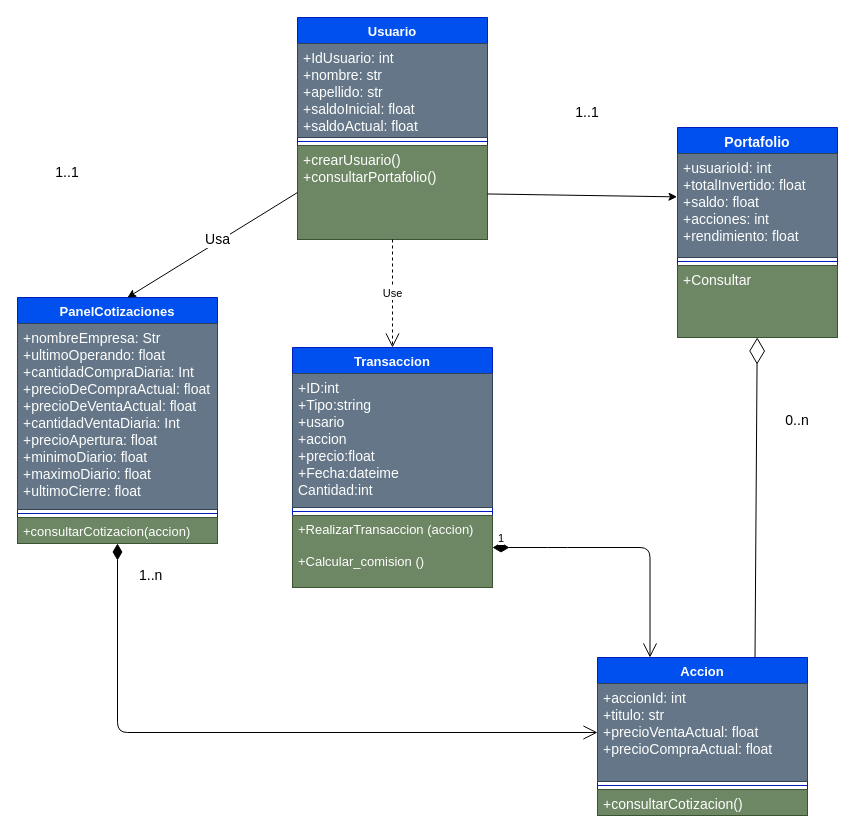
Earlier version of the draw.io diagram programacion/DiagramaDeClases.drawio (ispc-team-13/argBrokerDemo). Source tidied: cells renumbered, new cells numbered last; positions are measured from the earlier drawing's top-left corner, leaving out a move shared by most shapes. Both pictures are drawn from the tidied source at 100%, with x=0, y=0 at pixel (17, 17).
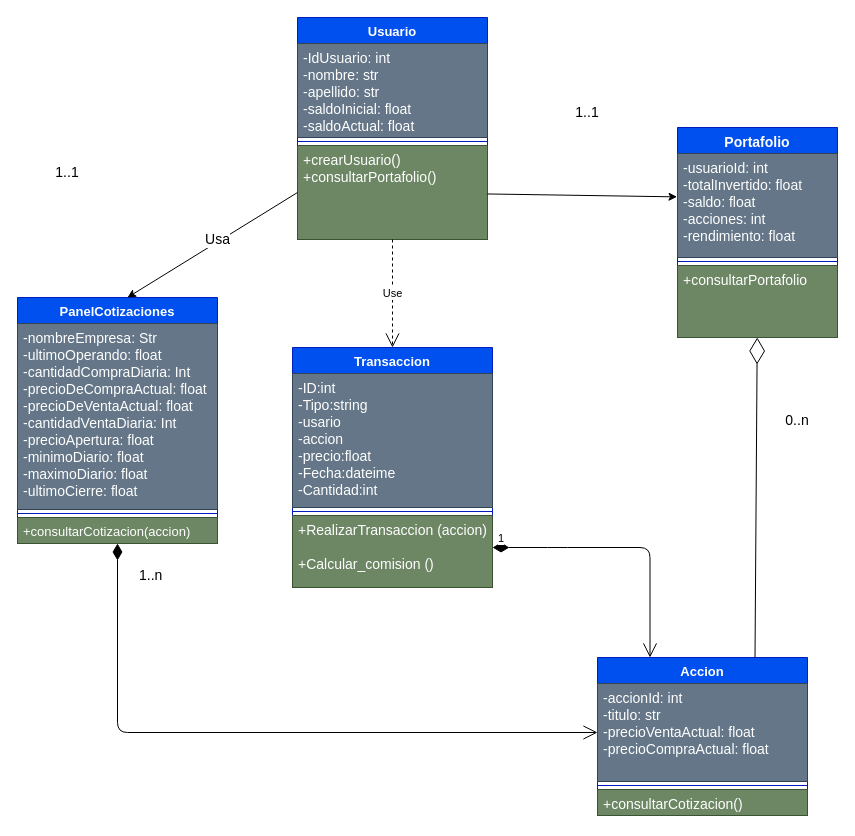
Above is the later version.

Commit message:
Actualizando los accesos de atributos

Unchanged cells that the change refers to:
```xml
<mxCell id="2" value="Accion" style="swimlane;fontStyle=1;align=center;verticalAlign=top;horizontal=1;startSize=26;fillColor=#0050ef;fontColor=#ffffff;strokeColor=#001DBC;fontSize=13;" parent="1" vertex="1">
  <mxGeometry x="580" y="640" width="210" height="158" as="geometry" />
</mxCell>
<mxCell id="6" value="Usuario" style="swimlane;fontStyle=1;align=center;verticalAlign=top;horizontal=1;startSize=26;fillColor=#0050ef;fontColor=#ffffff;strokeColor=#001DBC;fontSize=13;" parent="1" vertex="1">
  <mxGeometry x="280" width="190" height="222" as="geometry" />
</mxCell>
<mxCell id="10" value="Portafolio" style="swimlane;fontStyle=1;align=center;verticalAlign=top;horizontal=1;startSize=26;strokeWidth=1;fontSize=14;fillColor=#0050ef;fontColor=#ffffff;strokeColor=#001DBC;" parent="1" vertex="1">
  <mxGeometry x="660" y="110" width="160" height="210" as="geometry" />
</mxCell>
<mxCell id="16" value="PanelCotizaciones" style="swimlane;fontStyle=1;align=center;verticalAlign=top;horizontal=1;startSize=26;strokeWidth=1;fontSize=13;fillColor=#0050ef;fontColor=#ffffff;strokeColor=#001DBC;" parent="1" vertex="1">
  <mxGeometry y="280" width="200" height="246" as="geometry" />
</mxCell>
<mxCell id="26" value="Transaccion" style="swimlane;fontStyle=1;align=center;verticalAlign=top;horizontal=1;startSize=26;strokeWidth=1;fontSize=13;fillColor=#0050ef;fontColor=#ffffff;strokeColor=#001DBC;" parent="1" vertex="1">
  <mxGeometry x="275" y="330" width="200" height="240" as="geometry" />
</mxCell>
```

Diff of the diagram source:
```diff
@@
-    <mxCell id="3" value="+accionId: int&#10;+titulo: str&#10;+precioVentaActual: float&#10;+precioCompraActual: float" style="text;strokeColor=#314354;fillColor=#647687;align=left;verticalAlign=top;spacingLeft=4;spacingRight=4;overflow=hidden;points=[[0,0.5],[1,0.5]];portConstraint=eastwest;fontColor=#ffffff;fontSize=14;" parent="2" vertex="1">
+    <mxCell id="3" value="-accionId: int&#10;-titulo: str&#10;-precioVentaActual: float&#10;-precioCompraActual: float" style="text;strokeColor=#314354;fillColor=#647687;align=left;verticalAlign=top;spacingLeft=4;spacingRight=4;overflow=hidden;points=[[0,0.5],[1,0.5]];portConstraint=eastwest;fontColor=#ffffff;fontSize=14;" parent="2" vertex="1">
       <mxGeometry y="26" width="210" height="98" as="geometry" />
     </mxCell>
@@
-    <mxCell id="7" value="+IdUsuario: int&#10;+nombre: str&#10;+apellido: str&#10;+saldoInicial: float&#10;+saldoActual: float" style="text;align=left;verticalAlign=top;spacingLeft=4;spacingRight=4;overflow=hidden;strokeWidth=1;fontSize=14;fillColor=#647687;fontColor=#ffffff;strokeColor=#314354;" parent="6" vertex="1">
+    <mxCell id="7" value="-IdUsuario: int&#10;-nombre: str&#10;-apellido: str&#10;-saldoInicial: float&#10;-saldoActual: float" style="text;align=left;verticalAlign=top;spacingLeft=4;spacingRight=4;overflow=hidden;strokeWidth=1;fontSize=14;fillColor=#647687;fontColor=#ffffff;strokeColor=#314354;" parent="6" vertex="1">
       <mxGeometry y="26" width="190" height="94" as="geometry" />
     </mxCell>
@@
-    <mxCell id="11" value="+usuarioId: int&#10;+totalInvertido: float&#10;+saldo: float&#10;+acciones: int&#10;+rendimiento: float&#10;" style="text;strokeColor=#314354;fillColor=#647687;align=left;verticalAlign=top;spacingLeft=4;spacingRight=4;overflow=hidden;points=[[0,0.5],[1,0.5]];portConstraint=eastwest;strokeWidth=1;fontSize=14;fontColor=#ffffff;" parent="10" vertex="1">
+    <mxCell id="11" value="-usuarioId: int&#10;-totalInvertido: float&#10;-saldo: float&#10;-acciones: int&#10;-rendimiento: float&#10;" style="text;strokeColor=#314354;fillColor=#647687;align=left;verticalAlign=top;spacingLeft=4;spacingRight=4;overflow=hidden;points=[[0,0.5],[1,0.5]];portConstraint=eastwest;strokeWidth=1;fontSize=14;fontColor=#ffffff;" parent="10" vertex="1">
       <mxGeometry y="26" width="160" height="104" as="geometry" />
     </mxCell>
@@
-    <mxCell id="13" value="+Consultar" style="text;strokeColor=#3A5431;fillColor=#6d8764;align=left;verticalAlign=top;spacingLeft=4;spacingRight=4;overflow=hidden;points=[[0,0.5],[1,0.5]];portConstraint=eastwest;strokeWidth=1;fontSize=14;fontColor=#ffffff;" parent="10" vertex="1">
+    <mxCell id="13" value="+consultarPortafolio" style="text;strokeColor=#3A5431;fillColor=#6d8764;align=left;verticalAlign=top;spacingLeft=4;spacingRight=4;overflow=hidden;points=[[0,0.5],[1,0.5]];portConstraint=eastwest;strokeWidth=1;fontSize=14;fontColor=#ffffff;" parent="10" vertex="1">
       <mxGeometry y="138" width="160" height="72" as="geometry" />
     </mxCell>
@@
-    <mxCell id="17" value="+nombreEmpresa: Str&#10;+ultimoOperando: float&#10;+cantidadCompraDiaria: Int&#10;+precioDeCompraActual: float&#10;+precioDeVentaActual: float&#10;+cantidadVentaDiaria: Int &#10;+precioApertura: float&#10;+minimoDiario: float&#10;+maximoDiario: float&#10;+ultimoCierre: float&#10;&#10;&#10;" style="text;strokeColor=#314354;fillColor=#647687;align=left;verticalAlign=top;spacingLeft=4;spacingRight=4;overflow=hidden;strokeWidth=1;fontSize=14;fontColor=#ffffff;" parent="16" vertex="1">
+    <mxCell id="17" value="-nombreEmpresa: Str&#10;-ultimoOperando: float&#10;-cantidadCompraDiaria: Int&#10;-precioDeCompraActual: float&#10;-precioDeVentaActual: float&#10;-cantidadVentaDiaria: Int &#10;-precioApertura: float&#10;-minimoDiario: float&#10;-maximoDiario: float&#10;-ultimoCierre: float&#10;&#10;&#10;" style="text;strokeColor=#314354;fillColor=#647687;align=left;verticalAlign=top;spacingLeft=4;spacingRight=4;overflow=hidden;strokeWidth=1;fontSize=14;fontColor=#ffffff;" parent="16" vertex="1">
       <mxGeometry y="26" width="200" height="186" as="geometry" />
     </mxCell>
@@
-    <mxCell id="27" value="+ID:int&#10;+Tipo:string&#10;+usario&#10;+accion&#10;+precio:float&#10;+Fecha:dateime&#10;Cantidad:int" style="text;strokeColor=#314354;fillColor=#647687;align=left;verticalAlign=top;spacingLeft=4;spacingRight=4;overflow=hidden;strokeWidth=1;fontSize=14;fontColor=#ffffff;" parent="26" vertex="1">
+    <mxCell id="27" value="-ID:int&#10;-Tipo:string&#10;-usario&#10;-accion&#10;-precio:float&#10;-Fecha:dateime&#10;-Cantidad:int" style="text;strokeColor=#314354;fillColor=#647687;align=left;verticalAlign=top;spacingLeft=4;spacingRight=4;overflow=hidden;strokeWidth=1;fontSize=14;fontColor=#ffffff;" parent="26" vertex="1">
       <mxGeometry y="26" width="200" height="134" as="geometry" />
     </mxCell>
@@
-    <mxCell id="29" value="+RealizarTransaccion (accion)&#10;&#10;+Calcular_comision ()" style="text;strokeColor=#3A5431;fillColor=#6d8764;align=left;verticalAlign=top;spacingLeft=4;spacingRight=4;overflow=hidden;points=[[0,0.5],[1,0.5]];portConstraint=eastwest;strokeWidth=1;fontSize=13;fontColor=#ffffff;" parent="26" vertex="1">
+    <mxCell id="29" value="+RealizarTransaccion (accion)&#10;&#10;+Calcular_comision ()" style="text;strokeColor=#3A5431;fillColor=#6d8764;align=left;verticalAlign=top;spacingLeft=4;spacingRight=4;overflow=hidden;points=[[0,0.5],[1,0.5]];portConstraint=eastwest;strokeWidth=1;fontSize=14;fontColor=#ffffff;" parent="26" vertex="1">
       <mxGeometry y="168" width="200" height="72" as="geometry" />
     </mxCell>
```
